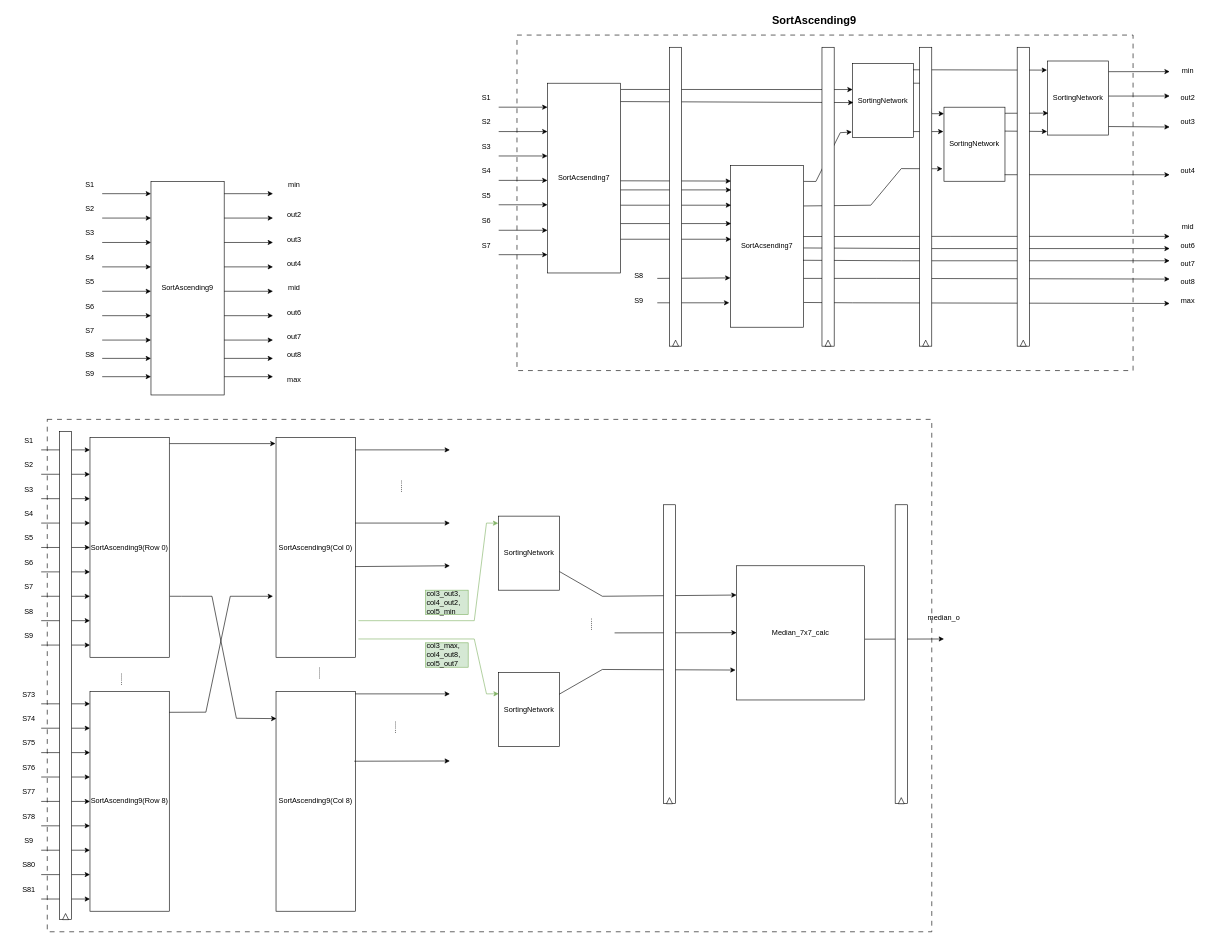
Earlier version of the draw.io diagram Draw/MedianFilterModules/Median9x9Calc.drawio (Hieuueihm/Thesis). Source tidied: cells renumbered, new cells numbered last; positions are measured from the earlier drawing's top-left corner, leaving out a move shared by most shapes. Both pictures are drawn from the tidied source at 61%, with x=0, y=0 at pixel (10, 10).
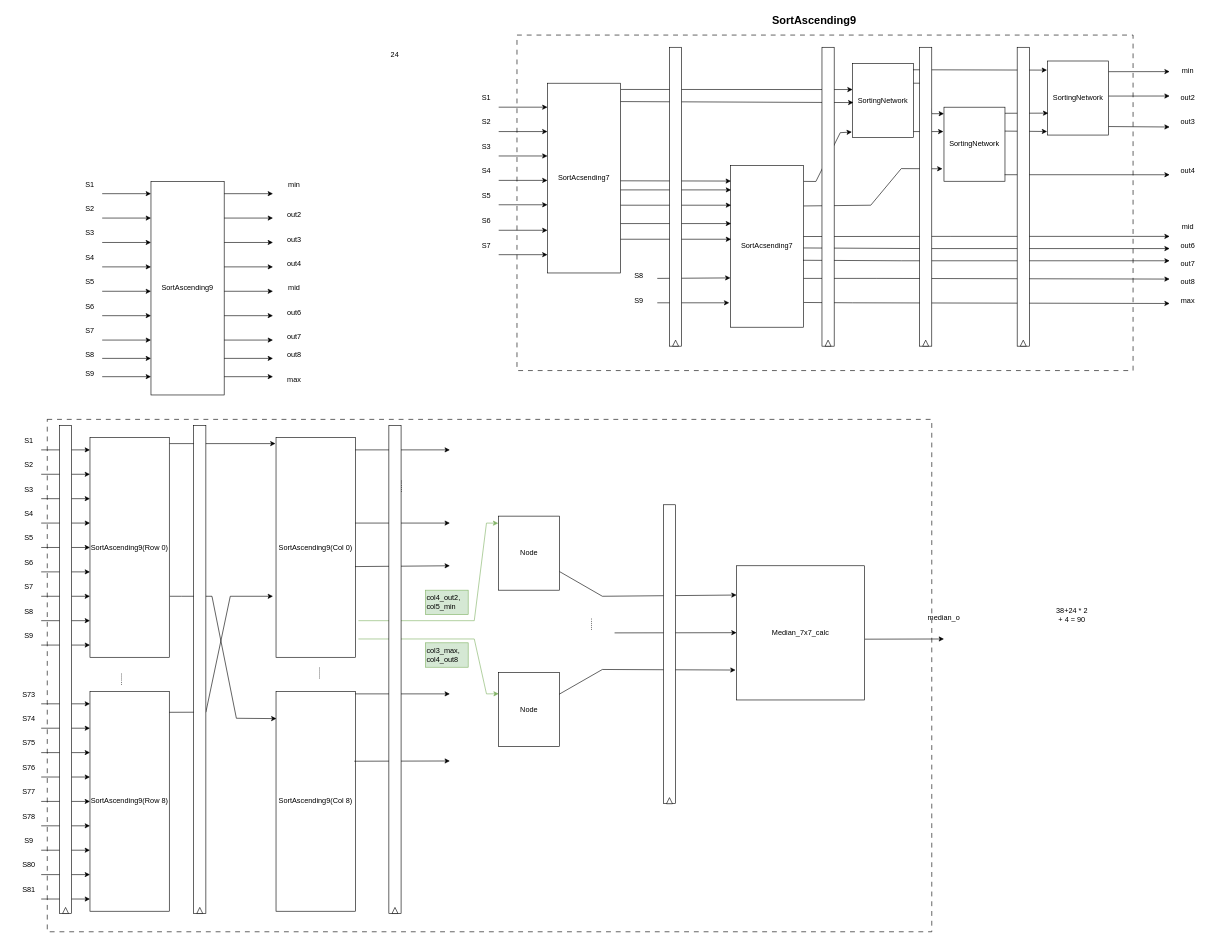
After the change.

Change to the diagram source:
```diff
@@
-    <mxCell id="96" value="SortingNetwork" style="rounded=0;whiteSpace=wrap;html=1;" parent="1" vertex="1">
+    <mxCell id="96" value="Node" style="rounded=0;whiteSpace=wrap;html=1;" parent="1" vertex="1">
       <mxGeometry x="800" y="828.6" width="100" height="121.4" as="geometry" />
     </mxCell>
-    <mxCell id="97" value="SortingNetwork" style="rounded=0;whiteSpace=wrap;html=1;" parent="1" vertex="1">
+    <mxCell id="97" value="Node" style="rounded=0;whiteSpace=wrap;html=1;" parent="1" vertex="1">
       <mxGeometry x="800" y="1084.9" width="100" height="121.4" as="geometry" />
     </mxCell>
@@
-    <mxCell id="100" value="col3_out3, col4_out2, col5_min" style="text;html=1;align=left;verticalAlign=middle;whiteSpace=wrap;rounded=0;fillColor=#d5e8d4;strokeColor=#82b366;" parent="1" vertex="1">
+    <mxCell id="100" value="col4_out2, col5_min" style="text;html=1;align=left;verticalAlign=middle;whiteSpace=wrap;rounded=0;fillColor=#d5e8d4;strokeColor=#82b366;" parent="1" vertex="1">
       <mxGeometry x="680" y="950" width="70" height="40" as="geometry" />
     </mxCell>
-    <mxCell id="101" value="col3_max, col4_out8, col5_out7" style="text;html=1;align=left;verticalAlign=middle;whiteSpace=wrap;rounded=0;fillColor=#d5e8d4;strokeColor=#82b366;" parent="1" vertex="1">
+    <mxCell id="101" value="col3_max, col4_out8" style="text;html=1;align=left;verticalAlign=middle;whiteSpace=wrap;rounded=0;fillColor=#d5e8d4;strokeColor=#82b366;" parent="1" vertex="1">
       <mxGeometry x="680" y="1036.3" width="70" height="40" as="geometry" />
     </mxCell>
@@
     <mxCell id="174" style="group;" parent="1" vertex="1">
-      <mxGeometry x="80" y="1000" width="20" height="490" as="geometry" />
+      <mxGeometry x="80" y="990" width="20" height="490" as="geometry" />
     </mxCell>
@@
-    <mxCell id="180" style="group;" parent="1" vertex="1">
-      <mxGeometry x="1450" y="810" width="20" height="490" as="geometry" />
-    </mxCell>
-    <mxCell id="181" style="rounded=0;whiteSpace=wrap;html=1;" parent="180" vertex="1">
-      <mxGeometry width="20" height="490" as="geometry" />
-    </mxCell>
-    <mxCell id="182" style="triangle;whiteSpace=wrap;html=1;rotation=270;" parent="180" vertex="1">
-      <mxGeometry x="5" y="480.2" width="10" height="9.8" as="geometry" />
-    </mxCell>
+    <mxCell id="183" value="24" style="text;html=1;align=center;verticalAlign=middle;whiteSpace=wrap;rounded=0;" parent="1" vertex="1">
+      <mxGeometry x="600" y="56.8" width="60" height="30" as="geometry" />
+    </mxCell>
+    <mxCell id="184" style="group;" parent="1" vertex="1">
+      <mxGeometry x="300" y="990" width="20" height="490" as="geometry" />
+    </mxCell>
+    <mxCell id="185" style="rounded=0;whiteSpace=wrap;html=1;" parent="184" vertex="1">
+      <mxGeometry y="-310" width="20" height="800" as="geometry" />
+    </mxCell>
+    <mxCell id="186" style="triangle;whiteSpace=wrap;html=1;rotation=270;" parent="184" vertex="1">
+      <mxGeometry x="5" y="480.2" width="10" height="9.8" as="geometry" />
+    </mxCell>
+    <mxCell id="187" style="group;" parent="1" vertex="1">
+      <mxGeometry x="620" y="990" width="20" height="490" as="geometry" />
+    </mxCell>
+    <mxCell id="188" style="rounded=0;whiteSpace=wrap;html=1;" parent="187" vertex="1">
+      <mxGeometry y="-310" width="20" height="800" as="geometry" />
+    </mxCell>
+    <mxCell id="189" style="triangle;whiteSpace=wrap;html=1;rotation=270;" parent="187" vertex="1">
+      <mxGeometry x="5" y="480.2" width="10" height="9.8" as="geometry" />
+    </mxCell>
+    <mxCell id="190" value="38+24 * 2 + 4 = 90" style="text;html=1;align=center;verticalAlign=middle;whiteSpace=wrap;rounded=0;" parent="1" vertex="1">
+      <mxGeometry x="1710" y="976.3" width="60" height="30" as="geometry" />
+    </mxCell>
```
